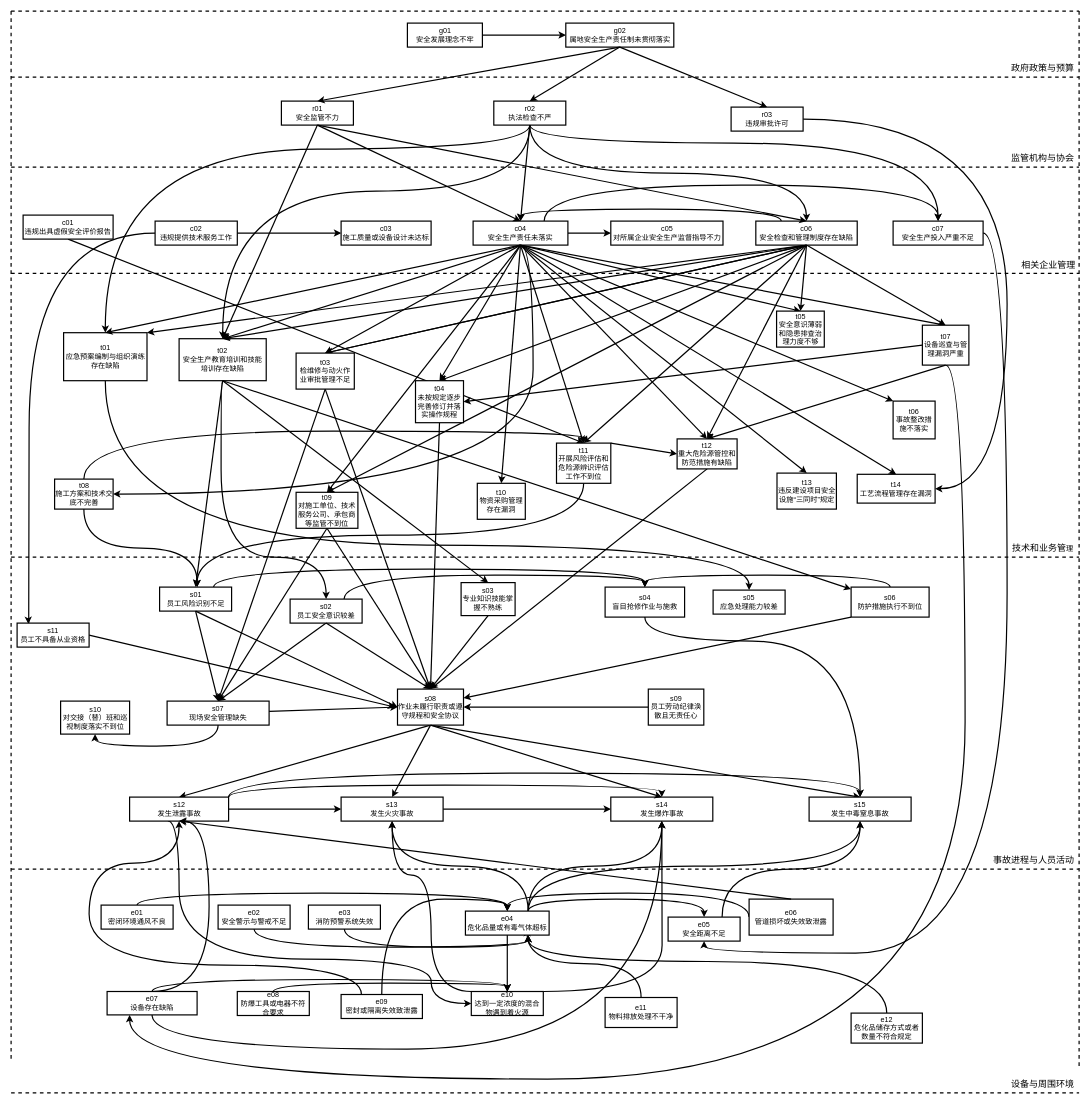
This is 剔除次数少于5.drawio from fangjiarong/docs, a draw.io file, before an edit. Source tidied: cells renumbered, new cells numbered last; positions are measured from the earlier drawing's top-left corner, leaving out a move shared by most shapes. Both pictures are drawn from the tidied source at 60%, with x=0, y=0 at pixel (11, 11).
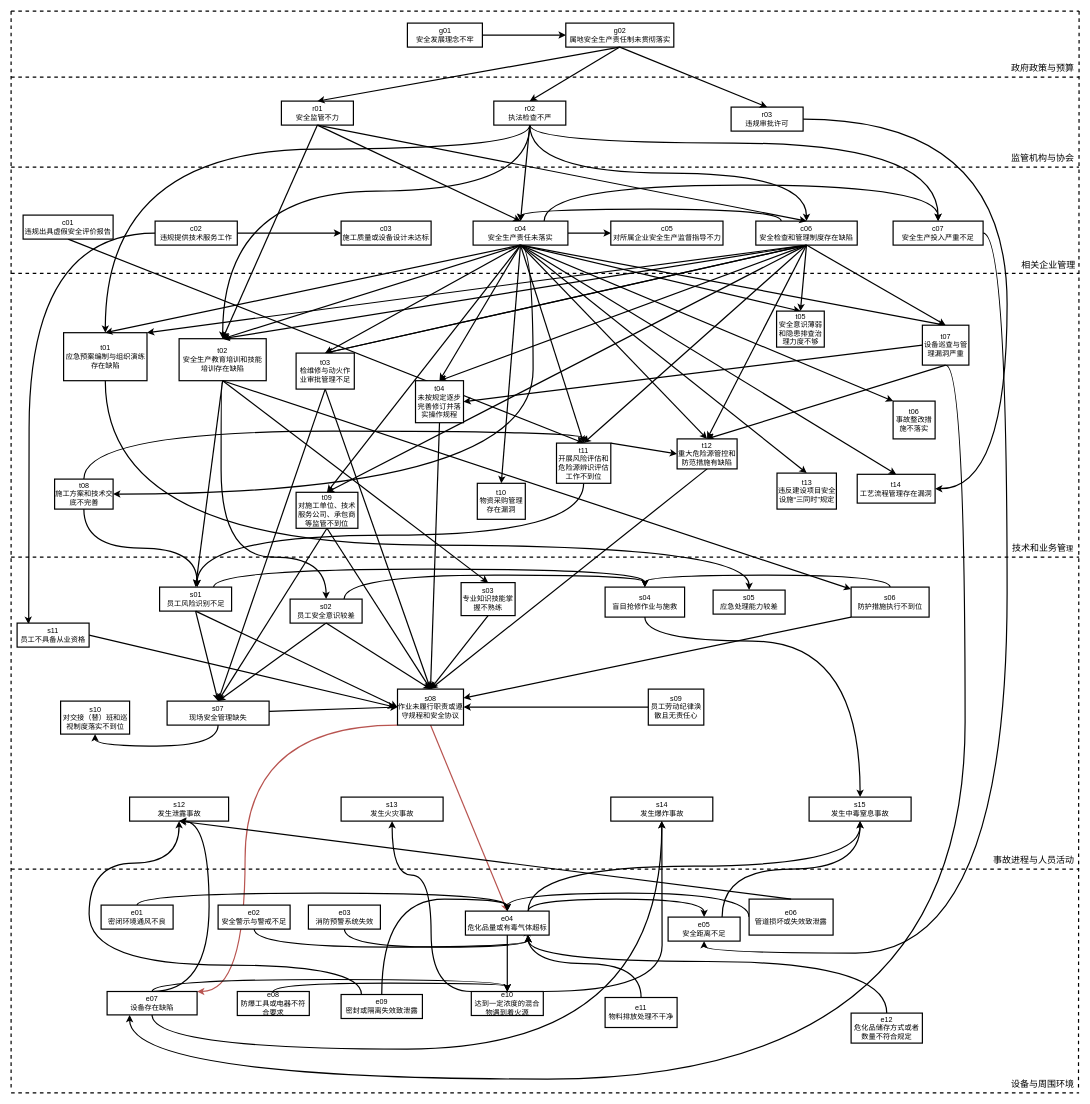
Above is the later version.

Commit message:
更新剔除次数少于5.drawio

The change refers to these unchanged cells:
```xml
<mxCell id="11" value="&lt;font style=&quot;font-size: 15px;&quot;&gt;设备与周围环境&lt;/font&gt;" style="text;html=1;align=center;verticalAlign=middle;whiteSpace=wrap;rounded=0;strokeWidth=2;labelBorderColor=none;" parent="1" vertex="1">
  <mxGeometry x="1660" y="1773" width="119" height="30" as="geometry" />
</mxCell>
<mxCell id="44" value="s08&lt;br&gt;作业未履行职责或遵守规程和安全协议" style="rounded=0;whiteSpace=wrap;html=1;strokeWidth=2;align=center;verticalAlign=middle;labelBorderColor=none;" parent="1" vertex="1">
  <mxGeometry x="644" y="1130" width="110" height="60" as="geometry" />
</mxCell>
<mxCell id="84" value="s12&lt;br&gt;发生泄露事故" style="rounded=0;whiteSpace=wrap;html=1;strokeWidth=2;align=center;verticalAlign=middle;labelBorderColor=none;" parent="1" vertex="1">
  <mxGeometry x="197.5" y="1310" width="165" height="40" as="geometry" />
</mxCell>
<mxCell id="86" value="s13&lt;br&gt;发生火灾事故" style="rounded=0;whiteSpace=wrap;html=1;strokeWidth=2;align=center;verticalAlign=middle;labelBorderColor=none;" parent="1" vertex="1">
  <mxGeometry x="550" y="1310" width="170" height="40" as="geometry" />
</mxCell>
<mxCell id="87" value="s14&lt;br&gt;发生爆炸事故" style="rounded=0;whiteSpace=wrap;html=1;strokeWidth=2;align=center;verticalAlign=middle;labelBorderColor=none;" parent="1" vertex="1">
  <mxGeometry x="999.5" y="1310" width="170" height="40" as="geometry" />
</mxCell>
<mxCell id="88" value="s15&lt;br&gt;发生中毒窒息事故" style="rounded=0;whiteSpace=wrap;html=1;strokeWidth=2;align=center;verticalAlign=middle;labelBorderColor=none;" parent="1" vertex="1">
  <mxGeometry x="1330" y="1310" width="170" height="40" as="geometry" />
</mxCell>
<mxCell id="95" value="e07&lt;br&gt;设备存在缺陷" style="rounded=0;whiteSpace=wrap;html=1;strokeWidth=2;align=center;verticalAlign=middle;labelBorderColor=none;" parent="1" vertex="1">
  <mxGeometry x="160" y="1634" width="150" height="39" as="geometry" />
</mxCell>
<mxCell id="105" value="e10&lt;br&gt;达到一定浓度的混合物遇到着火源" style="rounded=0;whiteSpace=wrap;html=1;strokeWidth=2;align=center;verticalAlign=middle;labelBorderColor=none;" parent="1" vertex="1">
  <mxGeometry x="767" y="1634" width="120" height="40" as="geometry" />
</mxCell>
<mxCell id="158" value="e04&lt;br&gt;危化品量或有毒气体超标" style="rounded=0;whiteSpace=wrap;html=1;strokeWidth=2;align=center;verticalAlign=middle;labelBorderColor=none;" parent="1" vertex="1">
  <mxGeometry x="757.2" y="1500" width="139.5" height="40" as="geometry" />
</mxCell>
```

The edit, as a diff of the source:
```diff
@@
-    <mxCell id="41" style="edgeStyle=none;rounded=0;jettySize=auto;html=1;exitX=0.5;exitY=1;exitDx=0;exitDy=0;entryX=0.5;entryY=0;entryDx=0;entryDy=0;strokeWidth=2;align=center;verticalAlign=middle;labelBorderColor=none;" parent="1" edge="1" source="44" target="86">
-      <mxGeometry relative="1" as="geometry" />
-    </mxCell>
-    <mxCell id="42" style="edgeStyle=none;rounded=0;jettySize=auto;html=1;exitX=0.5;exitY=1;exitDx=0;exitDy=0;strokeWidth=2;align=center;verticalAlign=middle;labelBorderColor=none;" parent="1" edge="1" source="44">
-      <mxGeometry relative="1" as="geometry">
-        <mxPoint x="280" y="1310" as="targetPoint" />
-      </mxGeometry>
+    <mxCell id="42" style="edgeStyle=none;rounded=0;jettySize=auto;html=1;exitX=0.5;exitY=1;exitDx=0;exitDy=0;strokeWidth=2;align=center;verticalAlign=middle;labelBorderColor=none;entryX=0.5;entryY=0;entryDx=0;entryDy=0;fillColor=#f8cecc;strokeColor=#b85450;" parent="1" edge="1" source="44" target="158">
+      <mxGeometry relative="1" as="geometry" />
     </mxCell>
-    <mxCell id="43" style="edgeStyle=none;rounded=0;jettySize=auto;html=1;exitX=0.5;exitY=1;exitDx=0;exitDy=0;entryX=0.5;entryY=0;entryDx=0;entryDy=0;strokeWidth=2;" parent="1" edge="1" source="44" target="88">
-      <mxGeometry relative="1" as="geometry" />
-    </mxCell>
+    <mxCell id="177" style="edgeStyle=orthogonalEdgeStyle;rounded=0;jettySize=auto;html=1;exitX=0;exitY=1;exitDx=0;exitDy=0;entryX=1;entryY=0;entryDx=0;entryDy=0;fillColor=#f8cecc;strokeColor=#b85450;strokeWidth=2;curved=1;" parent="1" edge="1" source="44" target="95">
+      <mxGeometry relative="1" as="geometry">
+        <Array as="points">
+          <mxPoint x="390" y="1190" />
+          <mxPoint x="390" y="1634" />
+        </Array>
+      </mxGeometry>
+    </mxCell>
@@
-    <mxCell id="80" style="edgeStyle=orthogonalEdgeStyle;curved=1;rounded=0;jettySize=auto;html=1;exitX=0.386;exitY=0.994;exitDx=0;exitDy=0;entryX=0;entryY=0.5;entryDx=0;entryDy=0;strokeWidth=2;align=center;verticalAlign=middle;labelBorderColor=none;exitPerimeter=0;" parent="1" edge="1" source="84" target="105">
-      <mxGeometry relative="1" as="geometry">
-        <Array as="points">
-          <mxPoint x="280" y="1350" />
-          <mxPoint x="280" y="1580" />
-          <mxPoint x="700" y="1580" />
-          <mxPoint x="700" y="1654" />
-        </Array>
-      </mxGeometry>
-    </mxCell>
-    <mxCell id="81" style="edgeStyle=none;rounded=0;jettySize=auto;html=1;exitX=1;exitY=0.5;exitDx=0;exitDy=0;entryX=0;entryY=0.5;entryDx=0;entryDy=0;strokeWidth=2;align=center;verticalAlign=middle;labelBorderColor=none;" parent="1" edge="1" source="84" target="86">
-      <mxGeometry relative="1" as="geometry" />
-    </mxCell>
-    <mxCell id="82" style="edgeStyle=orthogonalEdgeStyle;curved=1;rounded=0;jettySize=auto;html=1;exitX=1;exitY=0;exitDx=0;exitDy=0;entryX=0.5;entryY=0;entryDx=0;entryDy=0;strokeWidth=2;align=center;verticalAlign=middle;labelBorderColor=none;" parent="1" edge="1" source="84" target="87">
-      <mxGeometry relative="1" as="geometry" />
-    </mxCell>
-    <mxCell id="83" style="edgeStyle=orthogonalEdgeStyle;curved=1;rounded=0;jettySize=auto;html=1;exitX=1;exitY=0;exitDx=0;exitDy=0;entryX=0.5;entryY=0;entryDx=0;entryDy=0;strokeWidth=2;align=center;verticalAlign=middle;labelBorderColor=none;" parent="1" edge="1" source="84" target="88">
-      <mxGeometry relative="1" as="geometry">
-        <Array as="points">
-          <mxPoint x="362" y="1270" />
-          <mxPoint x="1415" y="1270" />
-        </Array>
-      </mxGeometry>
-    </mxCell>
@@
-    <mxCell id="85" style="edgeStyle=none;rounded=0;jettySize=auto;html=1;exitX=1;exitY=0.5;exitDx=0;exitDy=0;entryX=0;entryY=0.5;entryDx=0;entryDy=0;strokeWidth=2;align=center;verticalAlign=middle;labelBorderColor=none;" parent="1" edge="1" source="86" target="87">
-      <mxGeometry relative="1" as="geometry" />
-    </mxCell>
@@
-    <mxCell id="151" style="endArrow=classic;html=1;rounded=0;exitX=0.5;exitY=1;exitDx=0;exitDy=0;entryX=0.5;entryY=0;entryDx=0;entryDy=0;strokeWidth=2;align=center;verticalAlign=middle;labelBorderColor=none;" parent="1" edge="1" source="44" target="87">
-      <mxGeometry relative="1" as="geometry" />
-    </mxCell>
@@
-    <mxCell id="155" style="edgeStyle=orthogonalEdgeStyle;curved=1;rounded=0;jettySize=auto;html=1;exitX=0.75;exitY=0;exitDx=0;exitDy=0;entryX=0.5;entryY=1;entryDx=0;entryDy=0;strokeWidth=2;align=center;verticalAlign=middle;labelBorderColor=none;" parent="1" edge="1" source="158" target="86">
-      <mxGeometry relative="1" as="geometry" />
-    </mxCell>
@@
-    <mxCell id="157" style="edgeStyle=orthogonalEdgeStyle;curved=1;rounded=0;jettySize=auto;html=1;exitX=0.75;exitY=0;exitDx=0;exitDy=0;entryX=0.5;entryY=1;entryDx=0;entryDy=0;strokeWidth=2;align=center;verticalAlign=middle;labelBorderColor=none;" parent="1" edge="1" source="158" target="87">
-      <mxGeometry relative="1" as="geometry" />
-    </mxCell>
@@
     <mxCell id="171" style="endArrow=none;dashed=1;html=1;rounded=0;strokeWidth=2;align=center;verticalAlign=middle;labelBorderColor=none;" parent="1" edge="1">
       <mxGeometry relative="1" as="geometry">
         <mxPoint as="sourcePoint" />
-        <mxPoint y="1750" as="targetPoint" />
+        <mxPoint y="1800" as="targetPoint" />
       </mxGeometry>
     </mxCell>
-    <mxCell id="172" style="endArrow=none;dashed=1;html=1;rounded=0;strokeWidth=2;align=center;verticalAlign=middle;labelBorderColor=none;" parent="1" edge="1">
+    <mxCell id="172" style="endArrow=none;dashed=1;html=1;rounded=0;strokeWidth=2;align=center;verticalAlign=middle;labelBorderColor=none;entryX=1;entryY=0.75;entryDx=0;entryDy=0;" parent="1" edge="1" target="11">
       <mxGeometry relative="1" as="geometry">
         <mxPoint x="1780" as="sourcePoint" />
-        <mxPoint x="1780" y="1760" as="targetPoint" />
       </mxGeometry>
     </mxCell>
```
